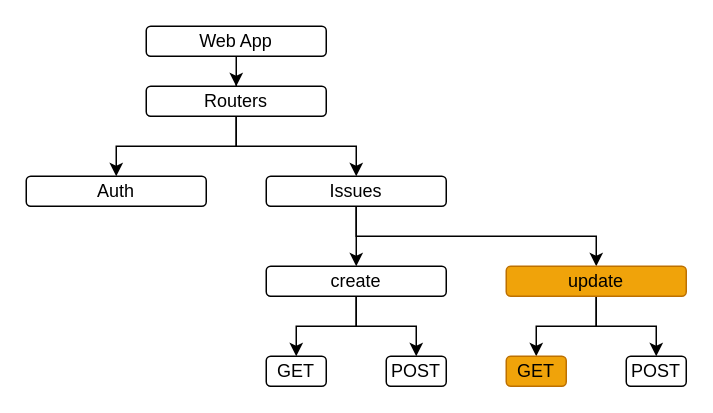
Before: page "Page-1" (1 of 3) of contributors/__docs/Diagram.drawio in ames0k0/Ticket, a draw.io diagram. Source tidied: cells renumbered, new cells numbered last; positions are measured from the earlier drawing's top-left corner, leaving out a move shared by most shapes. Both pictures are drawn from the tidied source at 150%, with x=0, y=0 at pixel (26, 26).
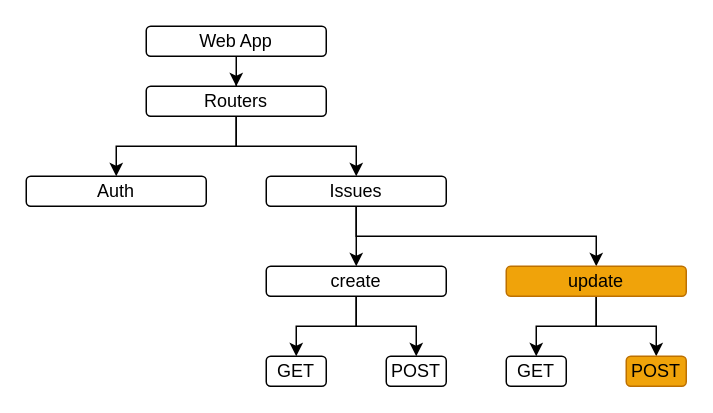
After the change.

Diff of the diagram source:
```diff
@@
-    <mxCell id="19" value="GET" style="whiteSpace=wrap;html=1;rounded=1;fillColor=#f0a30a;fontColor=#000000;strokeColor=#BD7000;" parent="1" vertex="1">
+    <mxCell id="19" value="GET" style="whiteSpace=wrap;html=1;rounded=1;" parent="1" vertex="1">
       <mxGeometry x="320" y="220" width="40" height="20" as="geometry" />
     </mxCell>
-    <mxCell id="20" value="POST" style="whiteSpace=wrap;html=1;rounded=1;" parent="1" vertex="1">
+    <mxCell id="20" value="POST" style="whiteSpace=wrap;html=1;rounded=1;fillColor=#f0a30a;fontColor=#000000;strokeColor=#BD7000;" parent="1" vertex="1">
       <mxGeometry x="400" y="220" width="40" height="20" as="geometry" />
     </mxCell>
```
